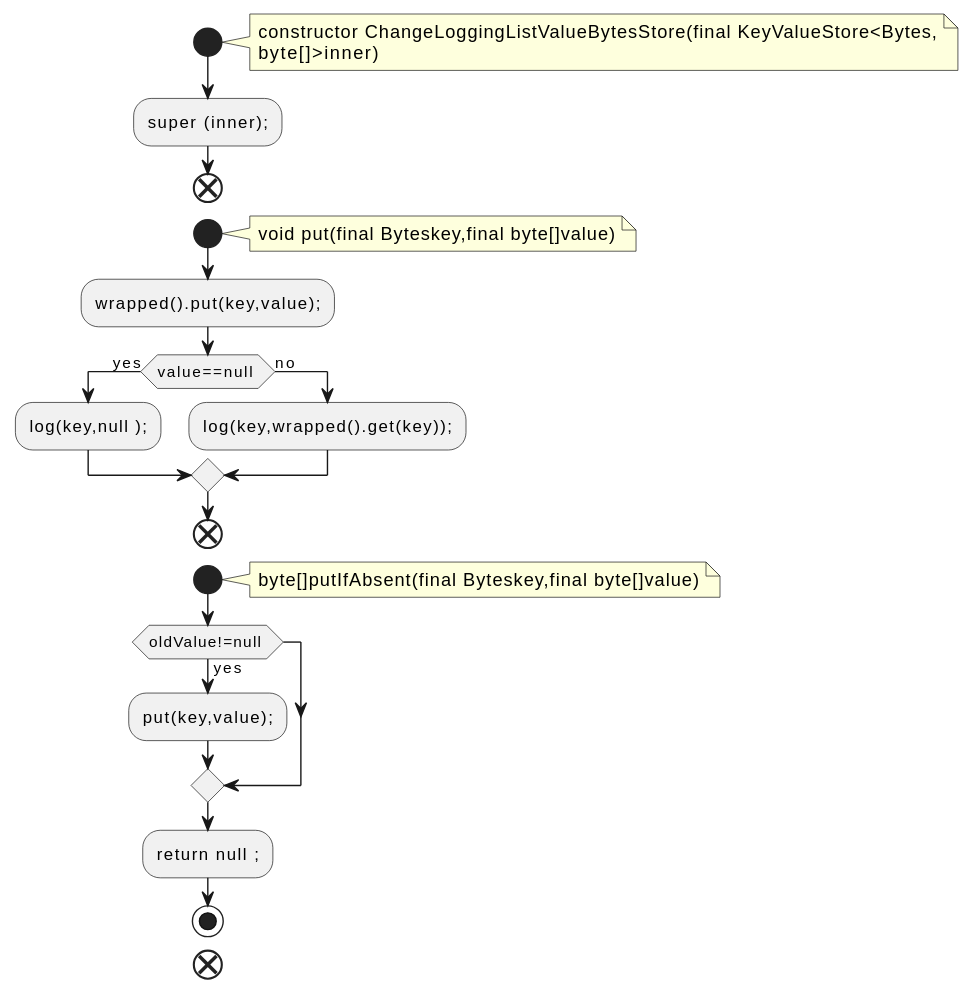
Above: docs/qc/streams/src/main/java/org/apache/kafka/streams/state/internals/ChangeLoggingListValueBytesStore.java.fct.svg in qualitesys/kafka (PlantUML), before the change.
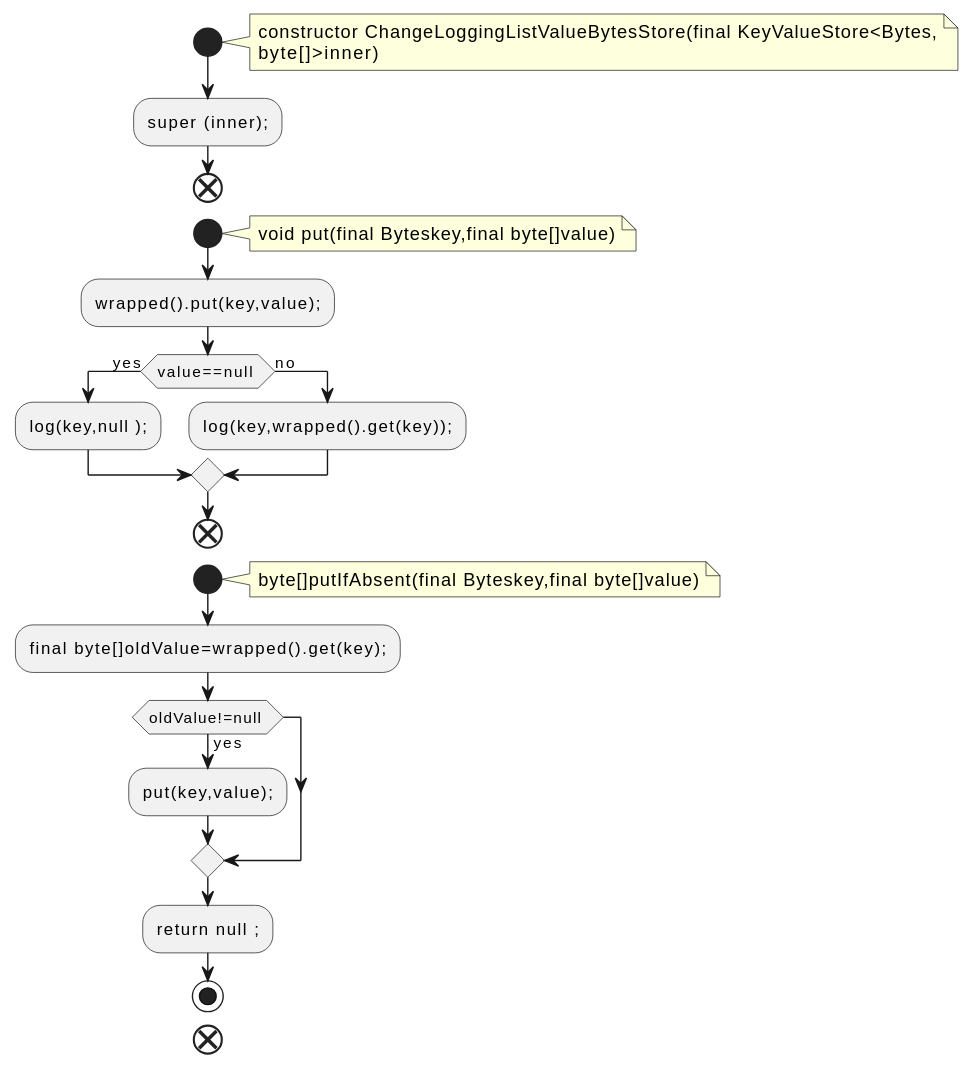
The same diagram one commit later.

The edit, as a diff of the source:
```diff
@@ -22,6 +22,7 @@
 note right
 byte[]putIfAbsent(final Byteskey,final byte[]value)
 end note
+:final byte[]oldValue=wrapped().get(key);;
 if (oldValue!=null ) then (yes)
 :put(key,value);;
 endif
```
